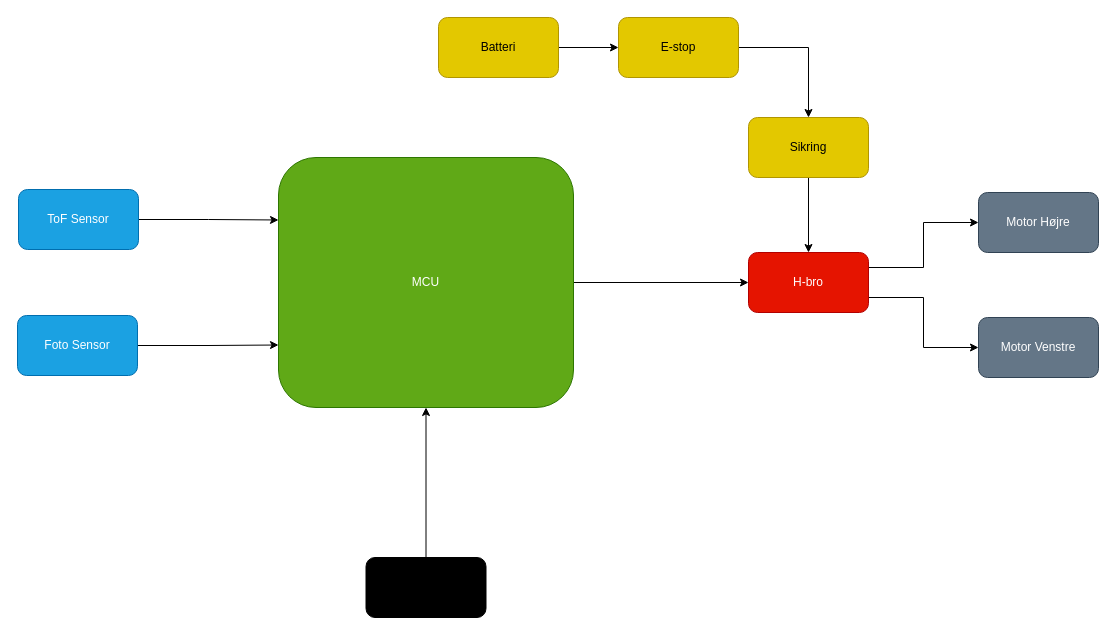
The draw.io diagram page "Blokdiagram" (2 of 3) of resourcer/Elektriske diagrammer/Robotbil.drawio in EaaaAndreas/Robotbil, before the edit. Source tidied: cells renumbered, new cells numbered last; positions are measured from the earlier drawing's top-left corner, leaving out a move shared by most shapes. Both pictures are drawn from the tidied source at 100%, with x=0, y=0 at pixel (17, 17).
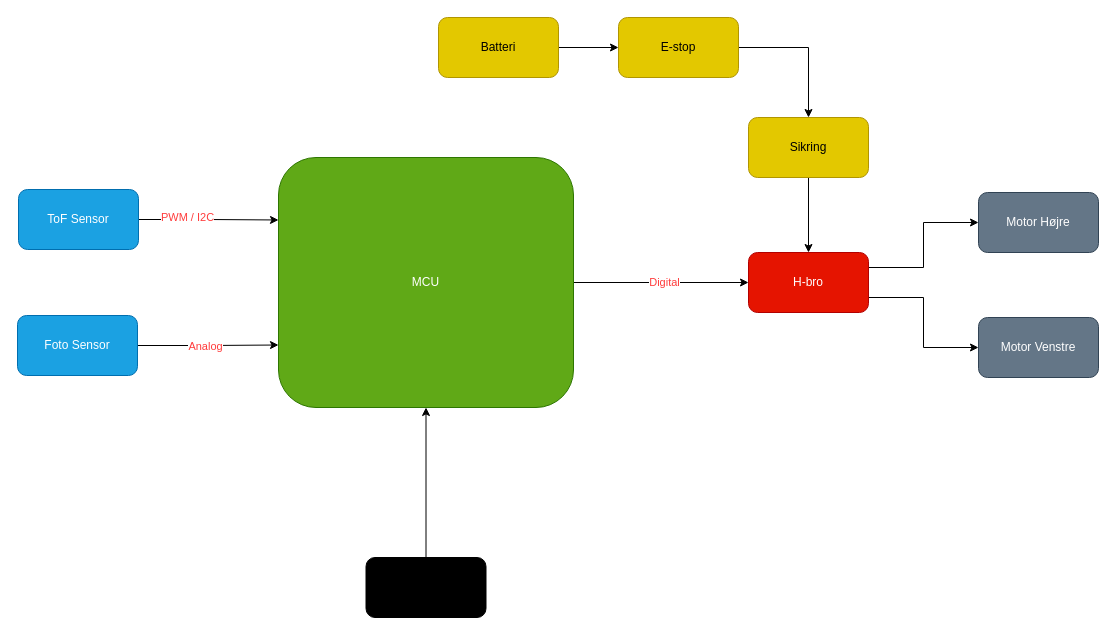
The same diagram, later.

Unchanged cells that the change refers to:
```xml
<mxCell id="2" style="edgeStyle=orthogonalEdgeStyle;shape=connector;rounded=0;jumpStyle=none;jumpSize=10;jettySize=auto;html=1;exitX=1;exitY=0.5;exitDx=0;exitDy=0;entryX=0;entryY=0.5;entryDx=0;entryDy=0;strokeColor=default;align=center;verticalAlign=middle;fontFamily=Helvetica;fontSize=11;fontColor=default;labelBackgroundColor=default;endArrow=classic;endFill=1;" parent="1" edge="1" source="3" target="10">
  <mxGeometry relative="1" as="geometry" />
</mxCell>
<mxCell id="11" style="edgeStyle=orthogonalEdgeStyle;shape=connector;rounded=0;jumpStyle=none;jumpSize=10;jettySize=auto;html=1;exitX=1;exitY=0.5;exitDx=0;exitDy=0;entryX=0;entryY=0.25;entryDx=0;entryDy=0;strokeColor=default;align=center;verticalAlign=middle;fontFamily=Helvetica;fontSize=11;fontColor=default;labelBackgroundColor=default;endArrow=classic;endFill=1;" parent="1" edge="1" source="12" target="3">
  <mxGeometry relative="1" as="geometry" />
</mxCell>
<mxCell id="13" style="edgeStyle=orthogonalEdgeStyle;shape=connector;rounded=0;jumpStyle=none;jumpSize=10;jettySize=auto;html=1;exitX=1;exitY=0.5;exitDx=0;exitDy=0;entryX=0;entryY=0.75;entryDx=0;entryDy=0;strokeColor=default;align=center;verticalAlign=middle;fontFamily=Helvetica;fontSize=11;fontColor=default;labelBackgroundColor=default;endArrow=classic;endFill=1;" parent="1" edge="1" source="14" target="3">
  <mxGeometry relative="1" as="geometry" />
</mxCell>
```

Diff of the diagram source:
```diff
@@
+    <mxCell id="21" value="Digital" style="edgeLabel;html=1;align=center;verticalAlign=middle;fontColor=#FF3C3C;" parent="2" vertex="1">
+      <mxGeometry x="0.03" y="1" relative="1" as="geometry" />
+    </mxCell>
@@
+    <mxCell id="22" value="PWM / I2C" style="edgeLabel;html=1;align=center;verticalAlign=middle;fontColor=#FF3C3C;" parent="11" vertex="1">
+      <mxGeometry x="-0.31" y="3" relative="1" as="geometry" />
+    </mxCell>
@@
+    <mxCell id="23" value="Analog" style="edgeLabel;html=1;align=center;verticalAlign=middle;fontColor=#FF3C3C;" parent="13" vertex="1">
+      <mxGeometry x="-0.06" relative="1" as="geometry" />
+    </mxCell>
```
